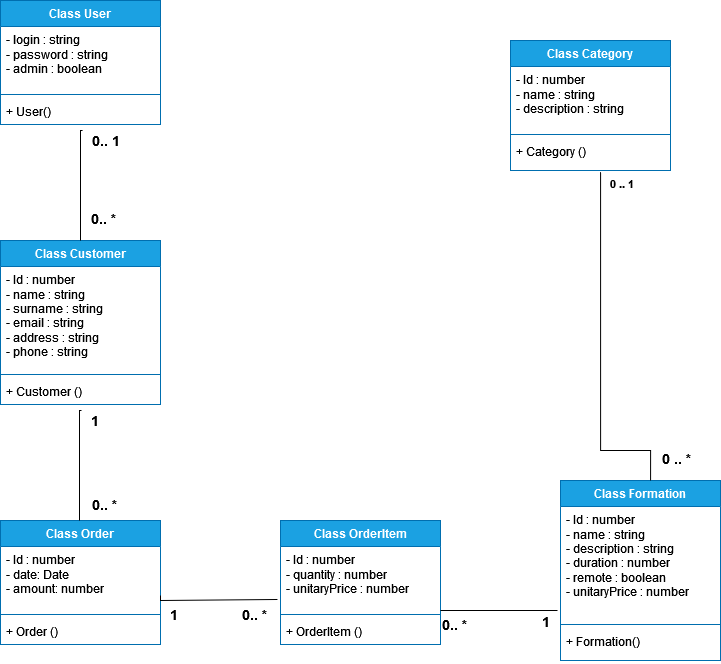
Before: diagrammes/Diagramme_de_classe.drawio.png, a diagram exported from draw.io (Arthur40480/Evaluation1). Source tidied: cells renumbered, new cells last; positions are measured from the earlier drawing's top-left corner, leaving out a move shared by most shapes.
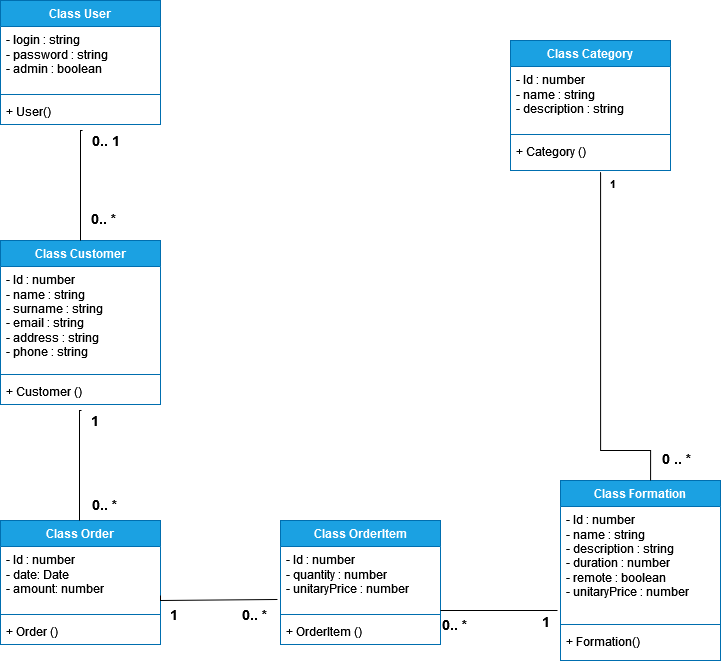
After the change.

Commit message:
Modification du diagramme de classe

The edit, as a diff of the source:
```diff
@@ -119,7 +119,7 @@
         </Array>
       </mxGeometry>
     </mxCell>
-    <mxCell id="32" value="&lt;b&gt;0 .. 1&lt;br&gt;&lt;/b&gt;" style="edgeLabel;html=1;align=left;verticalAlign=bottom;" parent="31" vertex="1">
+    <mxCell id="32" value="&lt;b&gt;1&lt;/b&gt;" style="edgeLabel;html=1;align=left;verticalAlign=bottom;" parent="31" vertex="1">
       <mxGeometry x="-1" relative="1" as="geometry">
         <mxPoint x="8" y="20" as="offset" />
       </mxGeometry>
```
